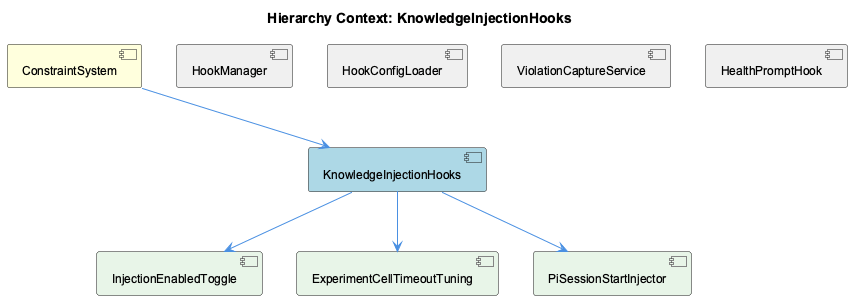
Above: knowledge-management/insights/images/knowledge-injection-hooks-relationship.png in fwornle/coding (PlantUML), before the change.
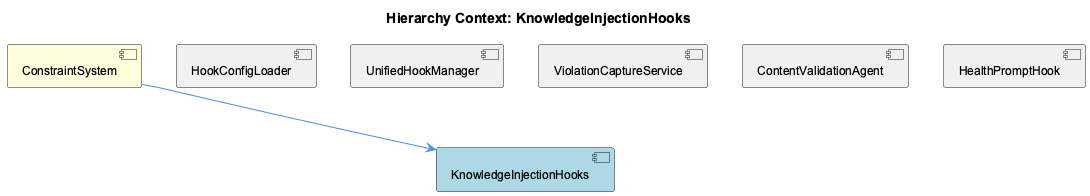
Above is the later version.

Diff of the diagram source:
```diff
@@ -5,21 +5,17 @@
 
 [ConstraintSystem] as constraint_system #FFFFDD
 [KnowledgeInjectionHooks] as knowledge_injection_hooks #LightBlue
-[HookManager] as hook_manager #F0F0F0
 [HookConfigLoader] as hook_config_loader #F0F0F0
+[UnifiedHookManager] as unified_hook_manager #F0F0F0
 [ViolationCaptureService] as violation_capture_service #F0F0F0
+[ContentValidationAgent] as content_validation_agent #F0F0F0
 [HealthPromptHook] as health_prompt_hook #F0F0F0
-[InjectionEnabledToggle] as injection_enabled_toggle #E8F5E8
-[ExperimentCellTimeoutTuning] as experiment_cell_timeout_tuning #E8F5E8
-[PiSessionStartInjector] as pi_session_start_injector #E8F5E8
 
 constraint_system --> knowledge_injection_hooks
-hook_manager -[hidden]- knowledge_injection_hooks
 hook_config_loader -[hidden]- knowledge_injection_hooks
+unified_hook_manager -[hidden]- knowledge_injection_hooks
 violation_capture_service -[hidden]- knowledge_injection_hooks
+content_validation_agent -[hidden]- knowledge_injection_hooks
 health_prompt_hook -[hidden]- knowledge_injection_hooks
-knowledge_injection_hooks --> injection_enabled_toggle
-knowledge_injection_hooks --> experiment_cell_timeout_tuning
-knowledge_injection_hooks --> pi_session_start_injector
 
 @enduml
```
